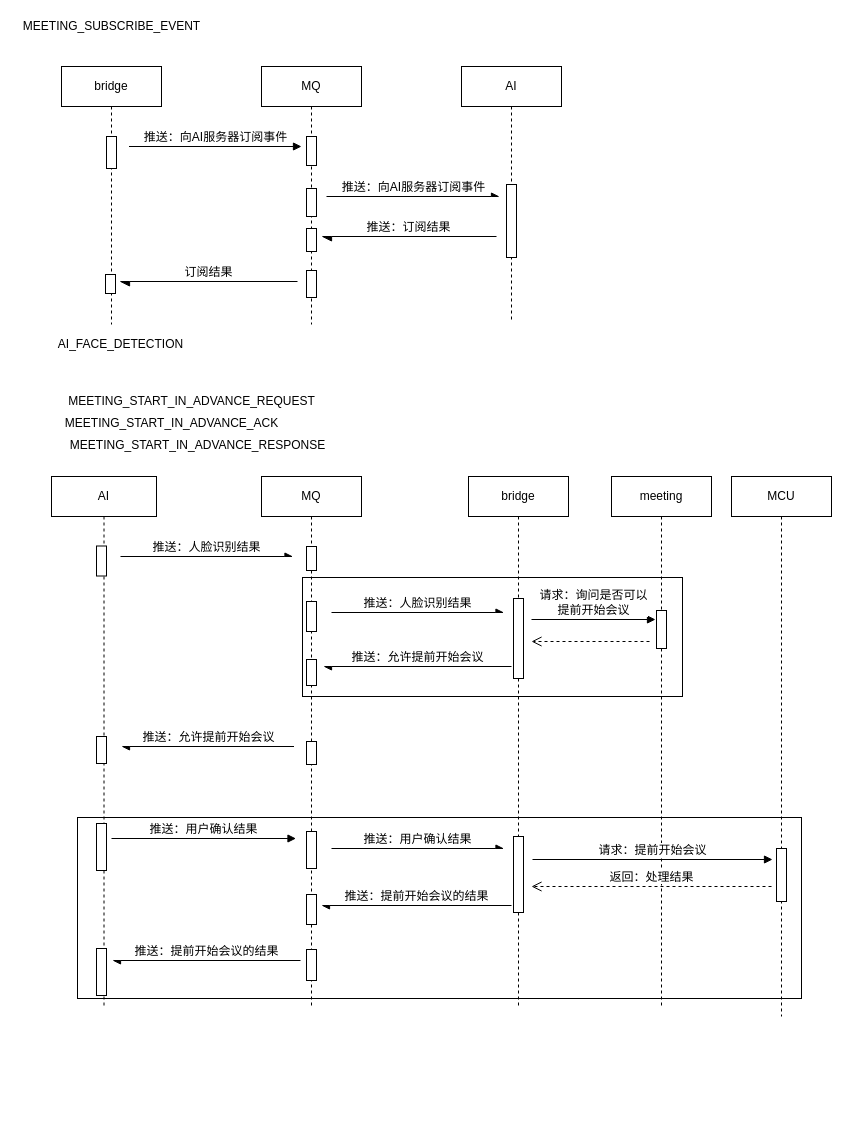
Earlier version of the draw.io diagram page "提前开始会议" (1 of 3) of AI-meeting/AI-meeting.drawio (waterwatermelon/graph). Source tidied: cells renumbered, new cells numbered last; positions are measured from the earlier drawing's top-left corner, leaving out a move shared by most shapes. Both pictures are drawn from the tidied source at 100%, with x=0, y=0 at pixel (17, 17).
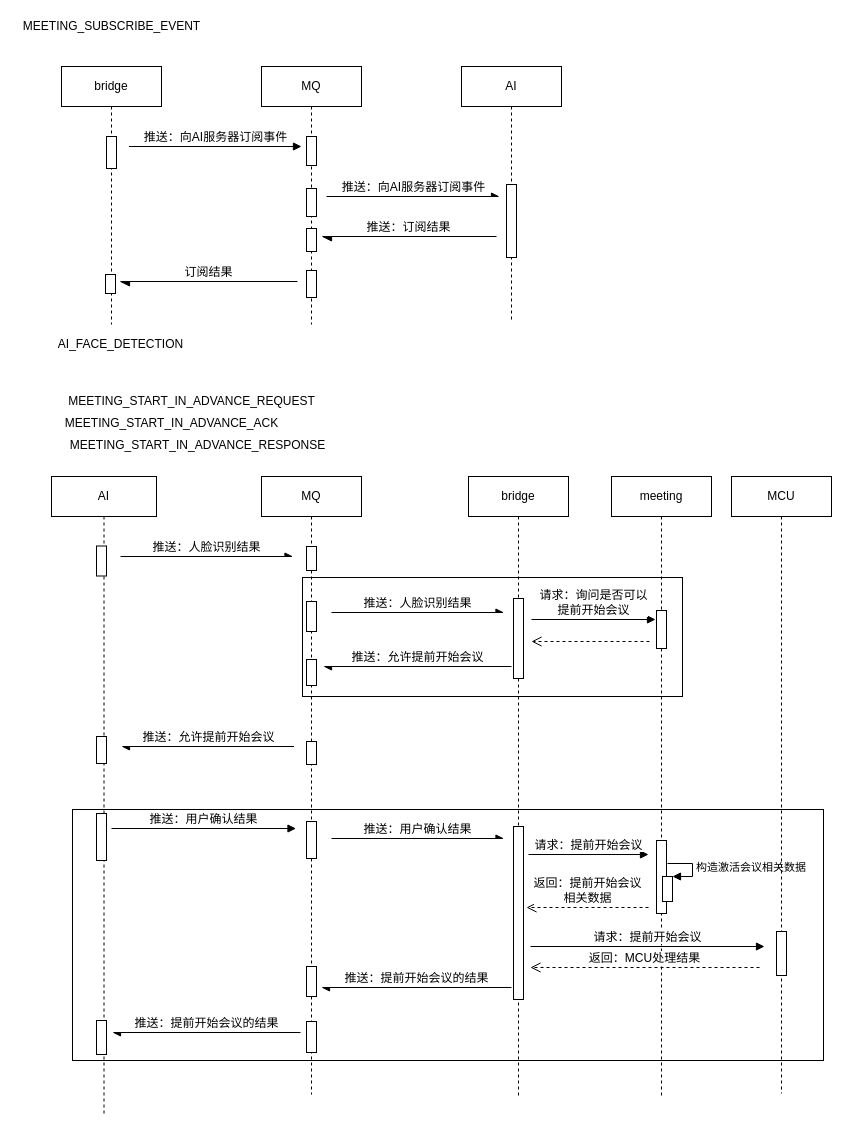
After the change.

The edit, as a diff of the source:
```diff
@@
     <mxCell id="2" style="rounded=0;whiteSpace=wrap;html=1;fontSize=12;" parent="1" vertex="1">
-      <mxGeometry x="60" y="800" width="724" height="181" as="geometry" />
+      <mxGeometry x="55" y="792" width="751" height="251" as="geometry" />
     </mxCell>
@@
     <mxCell id="18" value="AI" style="shape=umlLifeline;perimeter=lifelinePerimeter;whiteSpace=wrap;html=1;fontSize=12;" parent="1" vertex="1">
-      <mxGeometry x="34" y="459" width="105" height="530" as="geometry" />
+      <mxGeometry x="34" y="459" width="105" height="639" as="geometry" />
     </mxCell>
@@
     <mxCell id="21" style="html=1;perimeter=orthogonalPerimeter;fontSize=12;" parent="18" vertex="1">
-      <mxGeometry x="45" y="347" width="10" height="47" as="geometry" />
+      <mxGeometry x="45" y="337" width="10" height="47" as="geometry" />
     </mxCell>
     <mxCell id="22" style="html=1;perimeter=orthogonalPerimeter;fontSize=12;" parent="18" vertex="1">
-      <mxGeometry x="45" y="472" width="10" height="47" as="geometry" />
+      <mxGeometry x="45" y="544" width="10" height="34" as="geometry" />
     </mxCell>
     <mxCell id="23" value="bridge" style="shape=umlLifeline;perimeter=lifelinePerimeter;whiteSpace=wrap;html=1;fontSize=12;" parent="1" vertex="1">
-      <mxGeometry x="451" y="459" width="100" height="530" as="geometry" />
+      <mxGeometry x="451" y="459" width="100" height="621" as="geometry" />
     </mxCell>
@@
     <mxCell id="25" style="html=1;perimeter=orthogonalPerimeter;fontSize=12;" parent="23" vertex="1">
-      <mxGeometry x="45" y="360" width="10" height="76" as="geometry" />
+      <mxGeometry x="45" y="350" width="10" height="173" as="geometry" />
     </mxCell>
     <mxCell id="26" value="MQ" style="shape=umlLifeline;perimeter=lifelinePerimeter;whiteSpace=wrap;html=1;fontSize=12;" parent="1" vertex="1">
-      <mxGeometry x="244" y="459" width="100" height="530" as="geometry" />
+      <mxGeometry x="244" y="459" width="100" height="618" as="geometry" />
     </mxCell>
@@
     <mxCell id="30" style="html=1;perimeter=orthogonalPerimeter;fontSize=12;" parent="26" vertex="1">
-      <mxGeometry x="45" y="355" width="10" height="37" as="geometry" />
+      <mxGeometry x="45" y="345" width="10" height="37" as="geometry" />
     </mxCell>
@@
     <mxCell id="32" style="html=1;perimeter=orthogonalPerimeter;fontSize=12;" parent="26" vertex="1">
-      <mxGeometry x="45" y="418" width="10" height="30" as="geometry" />
+      <mxGeometry x="45" y="490" width="10" height="30" as="geometry" />
     </mxCell>
     <mxCell id="33" style="html=1;perimeter=orthogonalPerimeter;fontSize=12;" parent="26" vertex="1">
-      <mxGeometry x="45" y="473" width="10" height="31" as="geometry" />
+      <mxGeometry x="45" y="545" width="10" height="31" as="geometry" />
     </mxCell>
     <mxCell id="34" value="meeting" style="shape=umlLifeline;perimeter=lifelinePerimeter;whiteSpace=wrap;html=1;fontSize=12;" parent="1" vertex="1">
-      <mxGeometry x="594" y="459" width="100" height="530" as="geometry" />
+      <mxGeometry x="594" y="459" width="100" height="619" as="geometry" />
     </mxCell>
@@
+    <mxCell id="55" style="html=1;perimeter=orthogonalPerimeter;fontSize=12;" parent="34" vertex="1">
+      <mxGeometry x="45" y="364" width="10" height="73" as="geometry" />
+    </mxCell>
+    <mxCell id="56" style="html=1;points=[];perimeter=orthogonalPerimeter;" parent="34" vertex="1">
+      <mxGeometry x="51" y="400" width="10" height="25" as="geometry" />
+    </mxCell>
+    <mxCell id="57" value="构造激活会议相关数据" style="edgeStyle=orthogonalEdgeStyle;html=1;align=left;spacingLeft=2;endArrow=block;rounded=0;entryX=1;entryY=0;" parent="34" edge="1" target="56">
+      <mxGeometry relative="1" as="geometry">
+        <mxPoint x="56" y="387" as="sourcePoint" />
+        <Array as="points">
+          <mxPoint x="81" y="387" />
+          <mxPoint x="81" y="400" />
+        </Array>
+      </mxGeometry>
+    </mxCell>
@@
     <mxCell id="42" value="推送：用户确认结果" style="html=1;verticalAlign=bottom;endArrow=async;fontSize=12;endFill=1;" parent="1" edge="1">
       <mxGeometry relative="1" as="geometry">
-        <mxPoint x="314" y="831" as="sourcePoint" />
-        <mxPoint x="486.5" y="831" as="targetPoint" />
+        <mxPoint x="314" y="821" as="sourcePoint" />
+        <mxPoint x="486.5" y="821" as="targetPoint" />
       </mxGeometry>
     </mxCell>
     <mxCell id="43" value="MCU" style="shape=umlLifeline;perimeter=lifelinePerimeter;whiteSpace=wrap;html=1;fontSize=12;" parent="1" vertex="1">
-      <mxGeometry x="714" y="459" width="100" height="540" as="geometry" />
+      <mxGeometry x="714" y="459" width="100" height="617" as="geometry" />
     </mxCell>
     <mxCell id="44" style="html=1;perimeter=orthogonalPerimeter;fontSize=12;" parent="43" vertex="1">
-      <mxGeometry x="45" y="372" width="10" height="53" as="geometry" />
+      <mxGeometry x="45" y="455" width="10" height="44" as="geometry" />
     </mxCell>
-    <mxCell id="45" value="请求：提前开始会议" style="html=1;verticalAlign=bottom;endArrow=block;fontSize=12;" parent="1" edge="1">
-      <mxGeometry relative="1" as="geometry">
-        <mxPoint x="515" y="842" as="sourcePoint" />
-        <mxPoint x="755" y="842" as="targetPoint" />
-      </mxGeometry>
-    </mxCell>
-    <mxCell id="46" value="返回：处理结果" style="html=1;verticalAlign=bottom;endArrow=open;dashed=1;endSize=8;fontSize=12;" parent="1" edge="1">
+    <mxCell id="46" value="返回：提前开始会议&lt;br&gt;相关数据" style="html=1;verticalAlign=bottom;endArrow=open;dashed=1;endSize=8;fontSize=12;" parent="1" edge="1">
       <mxGeometry relative="1" as="geometry">
-        <mxPoint x="754" y="869" as="sourcePoint" />
-        <mxPoint x="514" y="869" as="targetPoint" />
+        <mxPoint x="631" y="890" as="sourcePoint" />
+        <mxPoint x="509" y="890" as="targetPoint" />
       </mxGeometry>
     </mxCell>
     <mxCell id="47" value="推送：提前开始会议的结果" style="html=1;verticalAlign=bottom;endArrow=async;fontSize=12;endFill=1;" parent="1" edge="1">
       <mxGeometry relative="1" as="geometry">
-        <mxPoint x="494" y="888" as="sourcePoint" />
-        <mxPoint x="304" y="888" as="targetPoint" />
+        <mxPoint x="494" y="970" as="sourcePoint" />
+        <mxPoint x="304" y="970" as="targetPoint" />
       </mxGeometry>
     </mxCell>
     <mxCell id="48" value="推送：提前开始会议的结果" style="html=1;verticalAlign=bottom;endArrow=async;fontSize=12;endFill=1;" parent="1" edge="1">
       <mxGeometry relative="1" as="geometry">
-        <mxPoint x="283" y="943" as="sourcePoint" />
-        <mxPoint x="95" y="943" as="targetPoint" />
+        <mxPoint x="283" y="1015" as="sourcePoint" />
+        <mxPoint x="95" y="1015" as="targetPoint" />
       </mxGeometry>
     </mxCell>
@@
     <mxCell id="54" value="推送：用户确认结果" style="html=1;verticalAlign=bottom;endArrow=block;fontSize=12;" parent="1" edge="1">
       <mxGeometry relative="1" as="geometry">
-        <mxPoint x="94" y="821" as="sourcePoint" />
-        <mxPoint x="278.5" y="821" as="targetPoint" />
+        <mxPoint x="94" y="811" as="sourcePoint" />
+        <mxPoint x="278.5" y="811" as="targetPoint" />
       </mxGeometry>
     </mxCell>
+    <mxCell id="58" value="请求：提前开始会议" style="html=1;verticalAlign=bottom;endArrow=block;fontSize=12;" parent="1" edge="1">
+      <mxGeometry relative="1" as="geometry">
+        <mxPoint x="511" y="837" as="sourcePoint" />
+        <mxPoint x="631" y="837" as="targetPoint" />
+      </mxGeometry>
+    </mxCell>
+    <mxCell id="59" value="请求：提前开始会议" style="html=1;verticalAlign=bottom;endArrow=block;fontSize=12;" parent="1" edge="1">
+      <mxGeometry relative="1" as="geometry">
+        <mxPoint x="513" y="929" as="sourcePoint" />
+        <mxPoint x="747" y="929" as="targetPoint" />
+      </mxGeometry>
+    </mxCell>
+    <mxCell id="60" value="返回：MCU处理结果" style="html=1;verticalAlign=bottom;endArrow=open;dashed=1;endSize=8;fontSize=12;" parent="1" edge="1">
+      <mxGeometry relative="1" as="geometry">
+        <mxPoint x="742" y="950" as="sourcePoint" />
+        <mxPoint x="513" y="950" as="targetPoint" />
+      </mxGeometry>
+    </mxCell>
```
